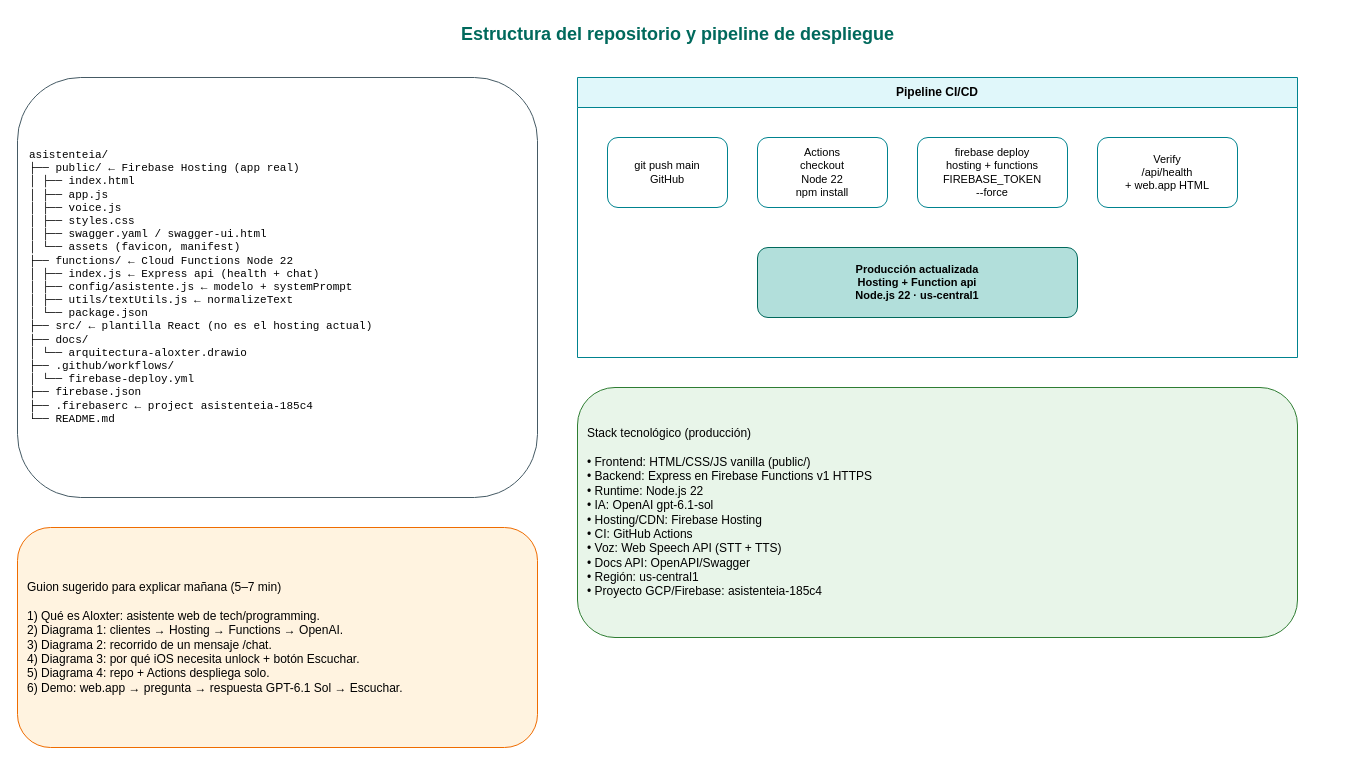
Above: page "4. Estructura Repo + CI/CD" (4 of 4) of docs/arquitectura-aloxter.drawio in alexanderruiz46/asistenteia (draw.io), before the change. Source tidied: cells renumbered, new cells numbered last; positions are measured from the earlier drawing's top-left corner, leaving out a move shared by most shapes. Both pictures are drawn from the tidied source at 100%, with x=0, y=0 at pixel (17, 17).
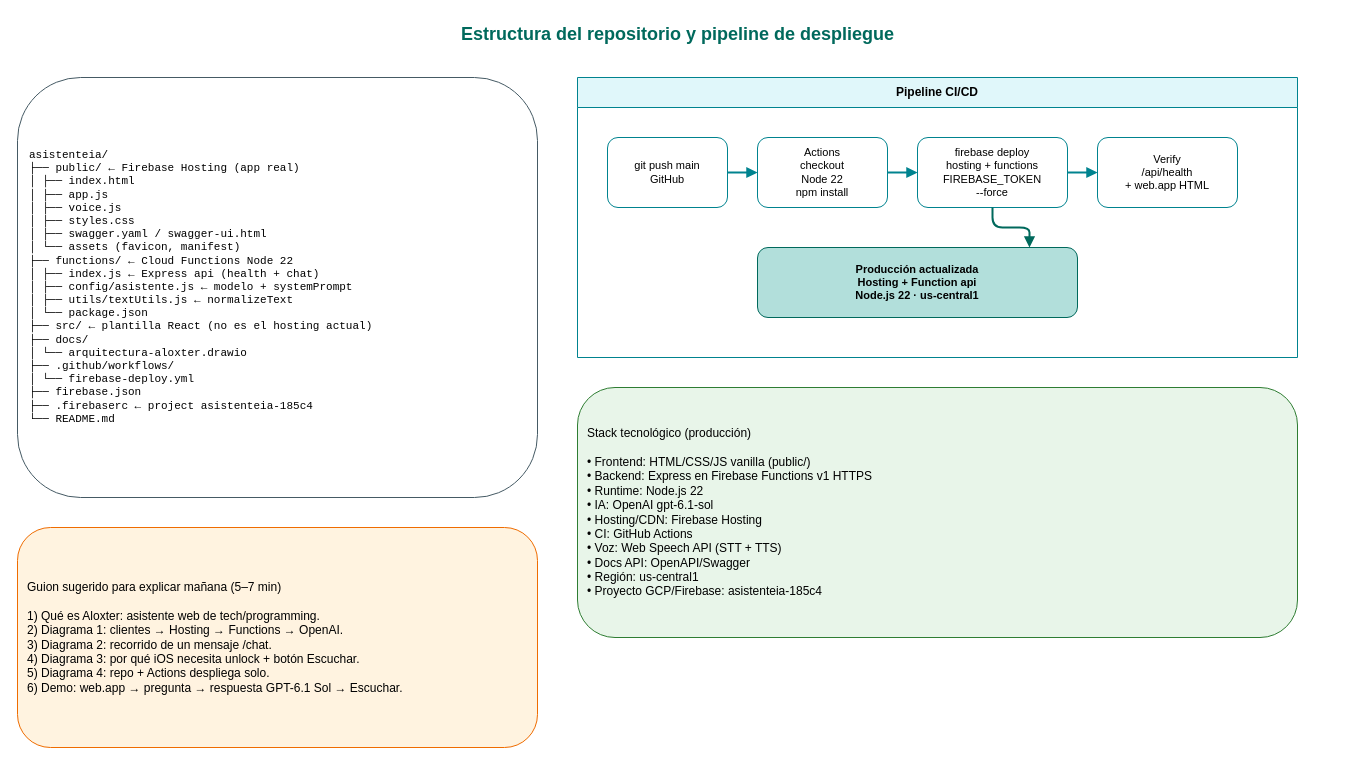
The same page after the edit.

Change to the diagram source:
```diff
@@
 <mxGraphModel>
   <root>
     <mxCell id="0" />
     <mxCell id="1" parent="0" />
     <mxCell id="2" value="Estructura del repositorio y pipeline de despliegue" style="text;html=1;strokeColor=none;fillColor=none;align=center;fontStyle=1;fontSize=18;fontColor=#00695c;" parent="1" vertex="1">
       <mxGeometry width="1320" height="40" as="geometry" />
     </mxCell>
     <mxCell id="3" value="asistenteia/&#10;├── public/                 ← Firebase Hosting (app real)&#10;│   ├── index.html&#10;│   ├── app.js&#10;│   ├── voice.js&#10;│   ├── styles.css&#10;│   ├── swagger.yaml / swagger-ui.html&#10;│   └── assets (favicon, manifest)&#10;├── functions/              ← Cloud Functions Node 22&#10;│   ├── index.js            ← Express api (health + chat)&#10;│   ├── config/asistente.js ← modelo + systemPrompt&#10;│   ├── utils/textUtils.js  ← normalizeText&#10;│   └── package.json&#10;├── src/                    ← plantilla React (no es el hosting actual)&#10;├── docs/&#10;│   └── arquitectura-aloxter.drawio&#10;├── .github/workflows/&#10;│   └── firebase-deploy.yml&#10;├── firebase.json&#10;├── .firebaserc             ← project asistenteia-185c4&#10;└── README.md" style="rounded=1;whiteSpace=wrap;html=1;fillColor=#ffffff;strokeColor=#455a64;align=left;fontFamily=Courier New;fontSize=11;spacingLeft=10;" parent="1" vertex="1">
       <mxGeometry y="60" width="520" height="420" as="geometry" />
     </mxCell>
     <mxCell id="4" value="Pipeline CI/CD" style="swimlane;whiteSpace=wrap;html=1;fillColor=#e0f7fa;strokeColor=#00838f;fontStyle=1;startSize=30;" parent="1" vertex="1">
       <mxGeometry x="560" y="60" width="720" height="280" as="geometry" />
     </mxCell>
     <mxCell id="5" value="git push main&#10;GitHub" style="rounded=1;whiteSpace=wrap;html=1;fillColor=#ffffff;strokeColor=#00838f;fontSize=11;" parent="4" vertex="1">
       <mxGeometry x="30" y="60" width="120" height="70" as="geometry" />
     </mxCell>
     <mxCell id="6" value="Actions&#10;checkout&#10;Node 22&#10;npm install" style="rounded=1;whiteSpace=wrap;html=1;fillColor=#ffffff;strokeColor=#00838f;fontSize=11;" parent="4" vertex="1">
       <mxGeometry x="180" y="60" width="130" height="70" as="geometry" />
     </mxCell>
     <mxCell id="7" value="firebase deploy&#10;hosting + functions&#10;FIREBASE_TOKEN&#10;--force" style="rounded=1;whiteSpace=wrap;html=1;fillColor=#ffffff;strokeColor=#00838f;fontSize=11;" parent="4" vertex="1">
       <mxGeometry x="340" y="60" width="150" height="70" as="geometry" />
     </mxCell>
     <mxCell id="8" value="Verify&#10;/api/health&#10;+ web.app HTML" style="rounded=1;whiteSpace=wrap;html=1;fillColor=#ffffff;strokeColor=#00838f;fontSize=11;" parent="4" vertex="1">
       <mxGeometry x="520" y="60" width="140" height="70" as="geometry" />
     </mxCell>
     <mxCell id="9" value="Producción actualizada&#10;Hosting + Function api&#10;Node.js 22 · us-central1" style="rounded=1;whiteSpace=wrap;html=1;fillColor=#b2dfdb;strokeColor=#00695c;fontSize=11;fontStyle=1;" parent="4" vertex="1">
       <mxGeometry x="180" y="170" width="320" height="70" as="geometry" />
     </mxCell>
+    <mxCell id="12" style="edgeStyle=orthogonalEdgeStyle;rounded=1;html=1;strokeWidth=2;strokeColor=#00838f;endArrow=block;exitX=1;exitY=0.5;entryX=0;entryY=0.5;" parent="4" edge="1" source="5" target="6">
+      <mxGeometry relative="1" as="geometry" />
+    </mxCell>
+    <mxCell id="13" style="edgeStyle=orthogonalEdgeStyle;rounded=1;html=1;strokeWidth=2;strokeColor=#00838f;endArrow=block;exitX=1;exitY=0.5;entryX=0;entryY=0.5;" parent="4" edge="1" source="6" target="7">
+      <mxGeometry relative="1" as="geometry" />
+    </mxCell>
+    <mxCell id="14" style="edgeStyle=orthogonalEdgeStyle;rounded=1;html=1;strokeWidth=2;strokeColor=#00838f;endArrow=block;exitX=1;exitY=0.5;entryX=0;entryY=0.5;" parent="4" edge="1" source="7" target="8">
+      <mxGeometry relative="1" as="geometry" />
+    </mxCell>
+    <mxCell id="15" style="edgeStyle=orthogonalEdgeStyle;rounded=1;html=1;strokeWidth=2;strokeColor=#00695c;endArrow=block;exitX=0.5;exitY=1;entryX=0.85;entryY=0;" parent="4" edge="1" source="7" target="9">
+      <mxGeometry relative="1" as="geometry">
+        <Array as="points">
+          <mxPoint x="415" y="150" />
+          <mxPoint x="452" y="150" />
+        </Array>
+      </mxGeometry>
+    </mxCell>
     <mxCell id="10" value="Stack tecnológico (producción)&#10;&#10;• Frontend: HTML/CSS/JS vanilla (public/)&#10;• Backend: Express en Firebase Functions v1 HTTPS&#10;• Runtime: Node.js 22&#10;• IA: OpenAI gpt-6.1-sol&#10;• Hosting/CDN: Firebase Hosting&#10;• CI: GitHub Actions&#10;• Voz: Web Speech API (STT + TTS)&#10;• Docs API: OpenAPI/Swagger&#10;• Región: us-central1&#10;• Proyecto GCP/Firebase: asistenteia-185c4" style="rounded=1;whiteSpace=wrap;html=1;fillColor=#e8f5e9;strokeColor=#2e7d32;align=left;fontSize=12;spacingLeft=8;" parent="1" vertex="1">
       <mxGeometry x="560" y="370" width="720" height="250" as="geometry" />
     </mxCell>
     <mxCell id="11" value="Guion sugerido para explicar mañana (5–7 min)&#10;&#10;1) Qué es Aloxter: asistente web de tech/programming.&#10;2) Diagrama 1: clientes → Hosting → Functions → OpenAI.&#10;3) Diagrama 2: recorrido de un mensaje /chat.&#10;4) Diagrama 3: por qué iOS necesita unlock + botón Escuchar.&#10;5) Diagrama 4: repo + Actions despliega solo.&#10;6) Demo: web.app → pregunta → respuesta GPT-6.1 Sol → Escuchar." style="rounded=1;whiteSpace=wrap;html=1;fillColor=#fff3e0;strokeColor=#ef6c00;align=left;fontSize=12;spacingLeft=8;" parent="1" vertex="1">
       <mxGeometry y="510" width="520" height="220" as="geometry" />
     </mxCell>
   </root>
 </mxGraphModel>
```
